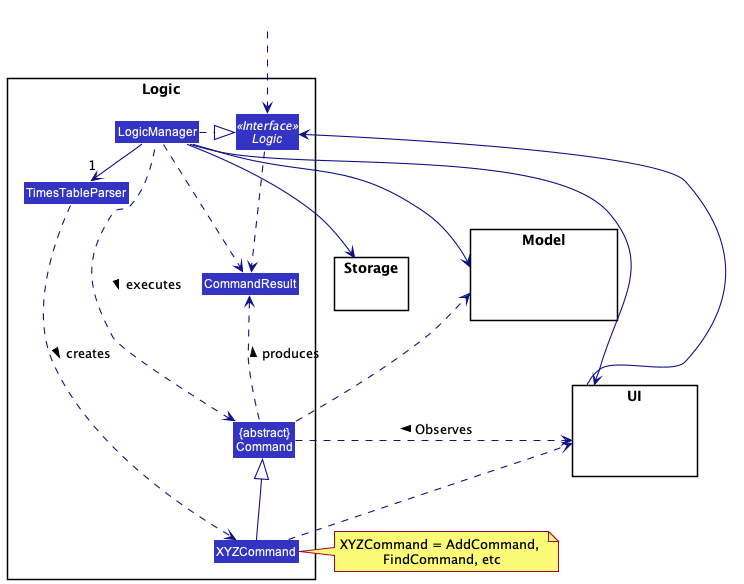
Earlier version of the PlantUML export docs/images/LogicClassDiagram.png (softmagnet/tp). Source of this version:
```plantuml
@startuml
!include style.puml
skinparam arrowThickness 1.1
skinparam arrowColor LOGIC_COLOR_T4
skinparam classBackgroundColor LOGIC_COLOR

package Logic {

Class TimesTableParser
Class XYZCommand
Class CommandResult
Class "{abstract}\nCommand" as Command


Interface Logic <<Interface>>
Class LogicManager
}

package Model{
Class HiddenModel #FFFFFF
}

package Storage{
}

package UI {
Class HiddenUI #FFFFFF
}

Class HiddenOutside #FFFFFF
HiddenOutside ..> Logic

LogicManager .right.|> Logic
LogicManager -right->"1" TimesTableParser
TimesTableParser ..> XYZCommand : creates >

XYZCommand -up-|> Command
LogicManager .left.> Command : executes >


LogicManager -right-> Model
LogicManager --> Storage
Storage --[hidden] Model
Command .[hidden]up.> Storage
Command .up.> Model
Command .right.> UI : Observes <
XYZCommand .down.> UI
note right of XYZCommand: XYZCommand = AddCommand, \nFindCommand, etc

UI --> Logic
LogicManager --> UI
Logic ..> CommandResult
LogicManager .down.> CommandResult
Command .up.> CommandResult : produces >
@enduml
```
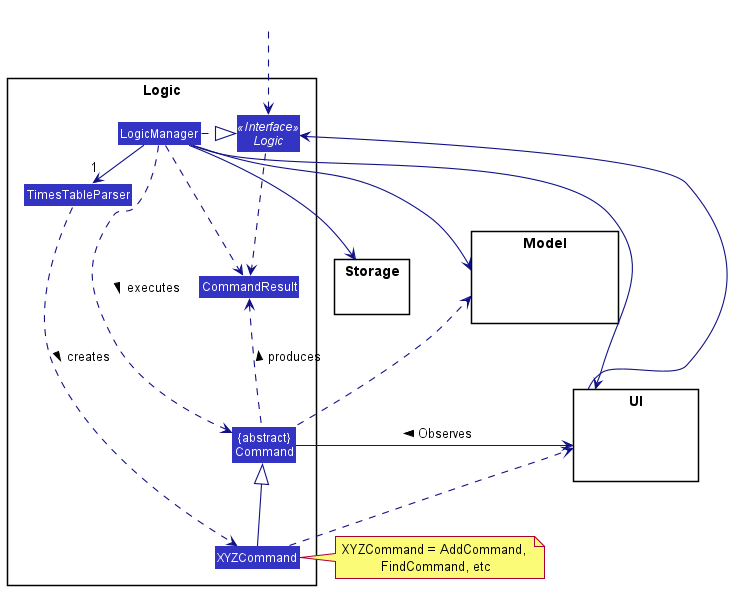
After the commit.

Change to the diagram source:
```diff
@@ -43,7 +43,7 @@
 Storage --[hidden] Model
 Command .[hidden]up.> Storage
 Command .up.> Model
-Command .right.> UI : Observes <
+Command -right-> UI : Observes <
 XYZCommand .down.> UI
 note right of XYZCommand: XYZCommand = AddCommand, \nFindCommand, etc
 
```
